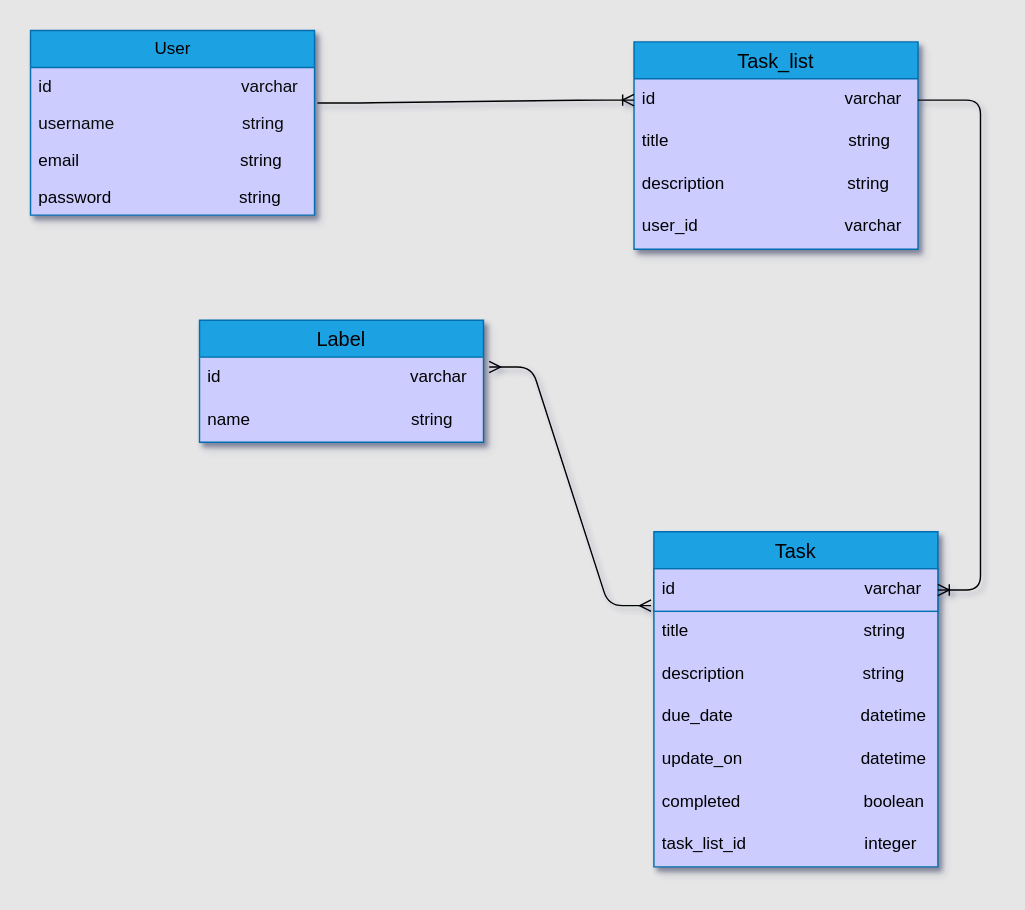
This is domain.drawio from Noelle-Wavinya-Maingi/TaskMaster, a draw.io file, before an edit. Source tidied: cells renumbered, new cells numbered last; positions are measured from the earlier drawing's top-left corner, leaving out a move shared by most shapes. Both pictures are drawn from the tidied source at 142%, with x=0, y=0 at pixel (30, 30).
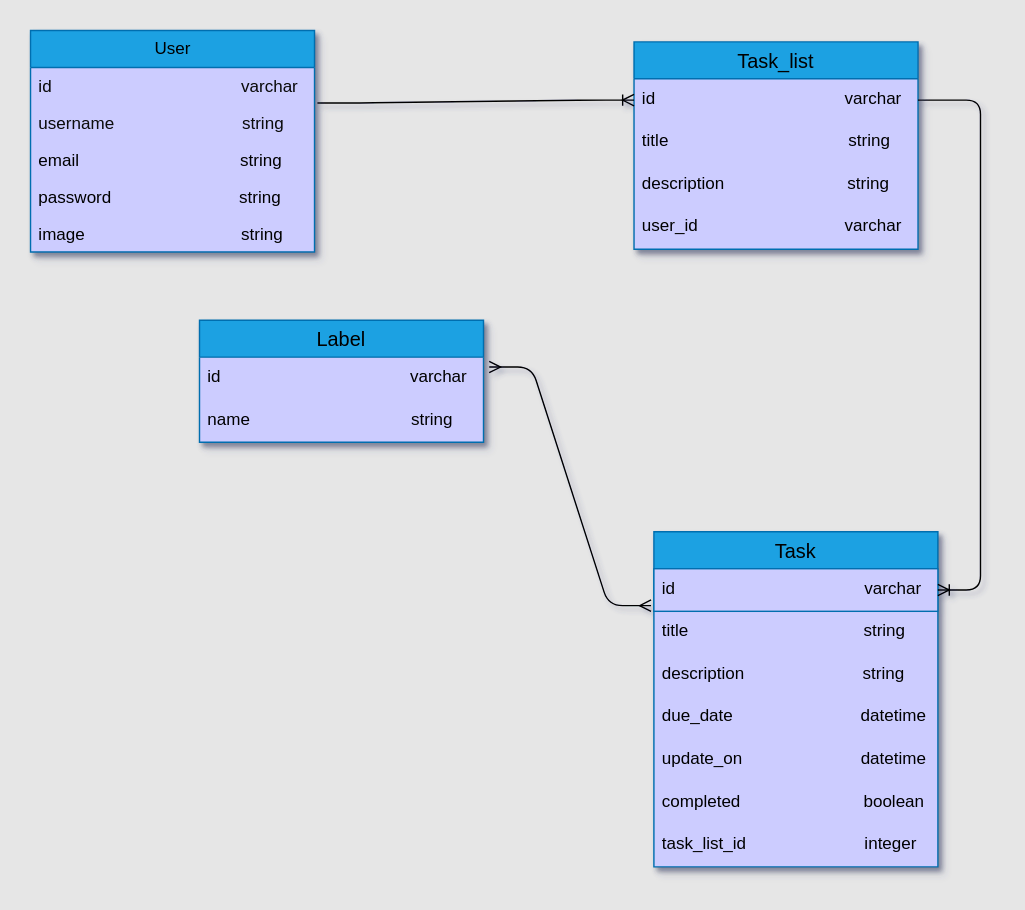
The same page after the edit.

Diff of the diagram source:
```diff
@@
     <mxCell id="2" value="User" style="swimlane;fontStyle=0;horizontal=1;startSize=26;fillColor=#1ba1e2;html=1;fontColor=#000000;strokeColor=#006EAF;fillStyle=solid;swimlaneFillColor=#CCCCFF;shadow=1;" parent="1" vertex="1">
-      <mxGeometry width="200" height="130" as="geometry" />
+      <mxGeometry width="200" height="156" as="geometry" />
     </mxCell>
@@
+    <mxCell id="26" value="image&amp;nbsp; &amp;nbsp; &amp;nbsp; &amp;nbsp; &amp;nbsp; &amp;nbsp; &amp;nbsp; &amp;nbsp; &amp;nbsp; &amp;nbsp; &amp;nbsp; &amp;nbsp; &amp;nbsp; &amp;nbsp; &amp;nbsp; &amp;nbsp; &amp;nbsp;string" style="text;strokeColor=none;fillColor=none;align=left;verticalAlign=top;spacingLeft=4;spacingRight=4;overflow=hidden;whiteSpace=wrap;html=1;fontColor=#000000;" parent="2" vertex="1">
+      <mxGeometry y="130" width="200" height="26" as="geometry" />
+    </mxCell>
```
